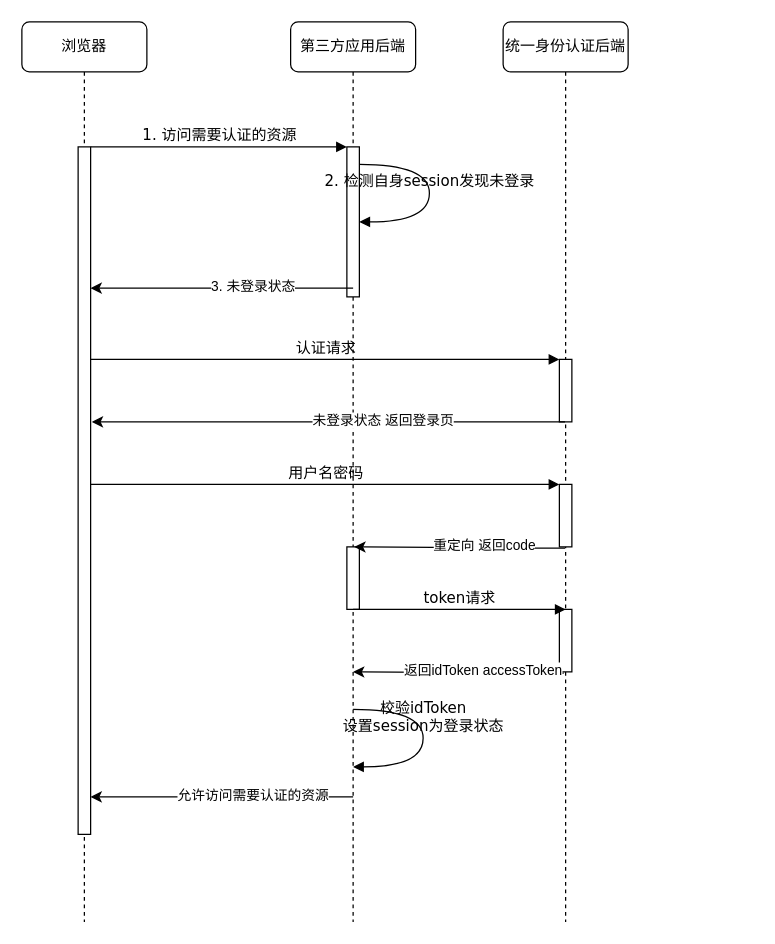
Above: 文档/接入时序图.drawio in rebue/scx (draw.io), before the change. Source tidied: cells renumbered, new cells numbered last; positions are measured from the earlier drawing's top-left corner, leaving out a move shared by most shapes. Both pictures are drawn from the tidied source at 125%, with x=0, y=0 at pixel (21, 21).
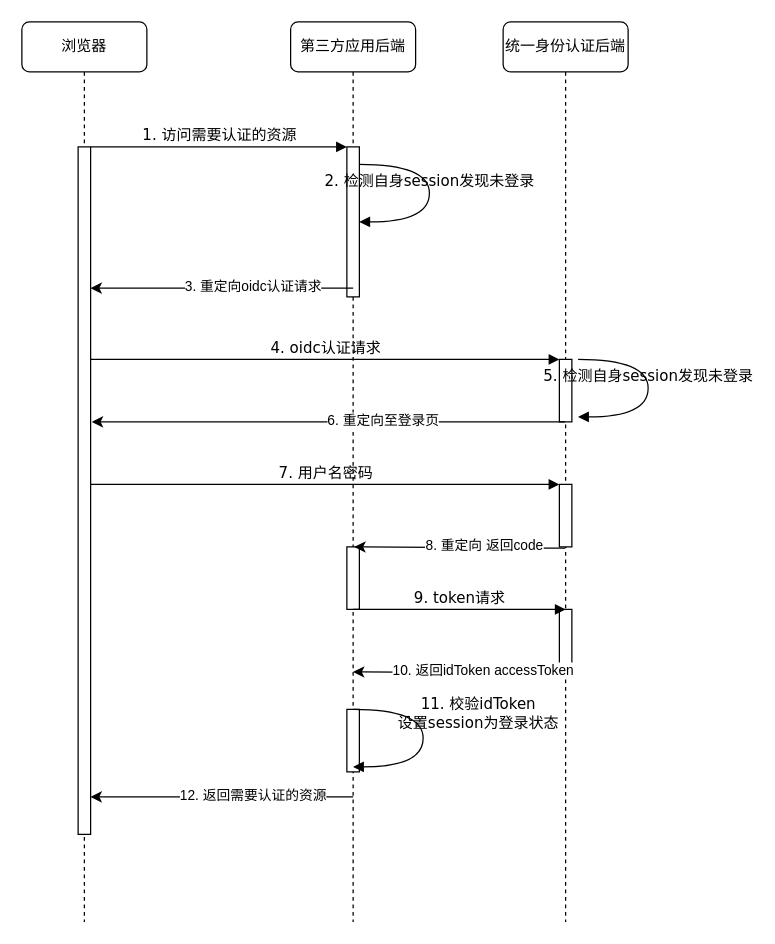
Above is the later version.

Unchanged cells that the change refers to:
```xml
<mxCell id="2" value="第三方应用后端" style="shape=umlLifeline;perimeter=lifelinePerimeter;whiteSpace=wrap;html=1;rounded=1;shadow=0;comic=0;labelBackgroundColor=none;strokeWidth=1;fontFamily=Verdana;fontSize=12;align=center;" parent="1" vertex="1">
  <mxGeometry x="215" width="100" height="720" as="geometry" />
</mxCell>
<mxCell id="7" style="html=1;points=[];perimeter=orthogonalPerimeter;rounded=0;shadow=0;comic=0;labelBackgroundColor=none;strokeWidth=1;fontFamily=Verdana;fontSize=12;align=center;" parent="6" vertex="1">
  <mxGeometry x="45" y="270" width="10" height="50" as="geometry" />
</mxCell>
<mxCell id="13" style="html=1;points=[];perimeter=orthogonalPerimeter;rounded=0;shadow=0;comic=0;labelBackgroundColor=none;strokeWidth=1;fontFamily=Verdana;fontSize=12;align=center;" parent="1" vertex="1">
  <mxGeometry x="45" y="100" width="10" height="550" as="geometry" />
</mxCell>
<mxCell id="14" style="endArrow=classic;html=1;exitX=0.5;exitY=0.942;exitDx=0;exitDy=0;exitPerimeter=0;" parent="1" edge="1" source="3">
  <mxGeometry relative="1" as="geometry">
    <mxPoint x="55" y="213" as="targetPoint" />
  </mxGeometry>
</mxCell>
<mxCell id="16" style="endArrow=classic;html=1;entryX=1.1;entryY=0.4;entryDx=0;entryDy=0;entryPerimeter=0;" parent="1" edge="1" source="6" target="13">
  <mxGeometry relative="1" as="geometry">
    <Array as="points">
      <mxPoint x="395" y="320" />
    </Array>
  </mxGeometry>
</mxCell>
<mxCell id="19" style="endArrow=classic;html=1;entryX=0.6;entryY=0;entryDx=0;entryDy=0;entryPerimeter=0;" parent="1" edge="1" target="5">
  <mxGeometry relative="1" as="geometry">
    <mxPoint x="434.5" y="420.9" as="sourcePoint" />
    <Array as="points">
      <mxPoint x="395" y="420.9" />
    </Array>
  </mxGeometry>
</mxCell>
<mxCell id="22" style="endArrow=classic;html=1;entryX=0.6;entryY=0;entryDx=0;entryDy=0;entryPerimeter=0;" parent="1" edge="1">
  <mxGeometry relative="1" as="geometry">
    <mxPoint x="433.5" y="520.9" as="sourcePoint" />
    <mxPoint x="265" y="520" as="targetPoint" />
    <Array as="points">
      <mxPoint x="394" y="520.9" />
    </Array>
  </mxGeometry>
</mxCell>
<mxCell id="25" style="endArrow=classic;html=1;exitX=0.5;exitY=0.942;exitDx=0;exitDy=0;exitPerimeter=0;" parent="1" edge="1">
  <mxGeometry relative="1" as="geometry">
    <mxPoint x="265" y="620" as="sourcePoint" />
    <mxPoint x="55" y="620" as="targetPoint" />
  </mxGeometry>
</mxCell>
```

The edit, as a diff of the source:
```diff
@@
+    <mxCell id="27" style="html=1;perimeter=orthogonalPerimeter;rounded=0;shadow=0;comic=0;labelBackgroundColor=none;strokeWidth=1;fontFamily=Verdana;fontSize=12;align=center;" parent="2" vertex="1">
+      <mxGeometry x="45" y="550" width="10" height="50" as="geometry" />
+    </mxCell>
@@
-    <mxCell id="11" value="认证请求" style="html=1;verticalAlign=bottom;endArrow=block;entryX=0;entryY=0;labelBackgroundColor=none;fontFamily=Verdana;fontSize=12;" parent="1" edge="1" source="13" target="7">
+    <mxCell id="11" value="4. oidc认证请求" style="html=1;verticalAlign=bottom;endArrow=block;entryX=0;entryY=0;labelBackgroundColor=none;fontFamily=Verdana;fontSize=12;" parent="1" edge="1" source="13" target="7">
       <mxGeometry relative="1" as="geometry">
         <Array as="points">
           <mxPoint x="95" y="270" />
         </Array>
       </mxGeometry>
     </mxCell>
@@
-    <mxCell id="15" value="3. 未登录状态" style="edgeLabel;html=1;align=center;verticalAlign=middle;" parent="14" vertex="1">
+    <mxCell id="15" value="3. 重定向oidc认证请求" style="edgeLabel;html=1;align=center;verticalAlign=middle;" parent="14" vertex="1">
       <mxGeometry x="-0.23" y="-2" relative="1" as="geometry" />
     </mxCell>
@@
-    <mxCell id="17" value="未登录状态 返回登录页" style="edgeLabel;html=1;align=center;verticalAlign=middle;" parent="16" vertex="1">
+    <mxCell id="17" value="6. 重定向至登录页" style="edgeLabel;html=1;align=center;verticalAlign=middle;" parent="16" vertex="1">
       <mxGeometry x="-0.23" y="-2" relative="1" as="geometry" />
     </mxCell>
-    <mxCell id="18" value="用户名密码" style="html=1;verticalAlign=bottom;endArrow=block;entryX=0;entryY=0;labelBackgroundColor=none;fontFamily=Verdana;fontSize=12;" parent="1" edge="1">
+    <mxCell id="18" value="7. 用户名密码" style="html=1;verticalAlign=bottom;endArrow=block;entryX=0;entryY=0;labelBackgroundColor=none;fontFamily=Verdana;fontSize=12;" parent="1" edge="1">
       <mxGeometry relative="1" as="geometry">
         <mxPoint x="55" y="370" as="sourcePoint" />
         <mxPoint x="430" y="370" as="targetPoint" />
         <Array as="points">
           <mxPoint x="95" y="370" />
         </Array>
       </mxGeometry>
     </mxCell>
@@
-    <mxCell id="20" value="重定向 返回code" style="edgeLabel;html=1;align=center;verticalAlign=middle;" parent="19" vertex="1">
+    <mxCell id="20" value="8. 重定向 返回code" style="edgeLabel;html=1;align=center;verticalAlign=middle;" parent="19" vertex="1">
       <mxGeometry x="-0.23" y="-2" relative="1" as="geometry" />
     </mxCell>
-    <mxCell id="21" value="token请求" style="html=1;verticalAlign=bottom;endArrow=block;labelBackgroundColor=none;fontFamily=Verdana;fontSize=12;edgeStyle=elbowEdgeStyle;elbow=vertical;" parent="1" edge="1">
+    <mxCell id="21" value="9. token请求" style="html=1;verticalAlign=bottom;endArrow=block;labelBackgroundColor=none;fontFamily=Verdana;fontSize=12;edgeStyle=elbowEdgeStyle;elbow=vertical;" parent="1" edge="1">
       <mxGeometry relative="1" as="geometry">
         <mxPoint x="265" y="470" as="sourcePoint" />
         <mxPoint x="435" y="470" as="targetPoint" />
       </mxGeometry>
     </mxCell>
@@
-    <mxCell id="23" value="返回idToken accessToken" style="edgeLabel;html=1;align=center;verticalAlign=middle;" parent="22" vertex="1">
+    <mxCell id="23" value="10. 返回idToken accessToken" style="edgeLabel;html=1;align=center;verticalAlign=middle;" parent="22" vertex="1">
       <mxGeometry x="-0.23" y="-2" relative="1" as="geometry" />
     </mxCell>
-    <mxCell id="24" value="校验idToken&lt;br&gt;设置session为登录状态" style="html=1;verticalAlign=bottom;endArrow=block;labelBackgroundColor=none;fontFamily=Verdana;fontSize=12;elbow=vertical;edgeStyle=orthogonalEdgeStyle;curved=1;" parent="1" edge="1">
-      <mxGeometry relative="1" as="geometry">
+    <mxCell id="24" value="11. 校验idToken&lt;br&gt;设置session为登录状态" style="html=1;verticalAlign=bottom;endArrow=block;labelBackgroundColor=none;fontFamily=Verdana;fontSize=12;elbow=vertical;edgeStyle=orthogonalEdgeStyle;curved=1;" parent="1" edge="1">
+      <mxGeometry x="-0.04" y="44" relative="1" as="geometry">
         <mxPoint x="265" y="550" as="sourcePoint" />
         <mxPoint x="265" y="596" as="targetPoint" />
         <Array as="points">
           <mxPoint x="265" y="550" />
           <mxPoint x="321" y="550" />
           <mxPoint x="321" y="596" />
         </Array>
       </mxGeometry>
     </mxCell>
@@
-    <mxCell id="26" value="允许访问需要认证的资源" style="edgeLabel;html=1;align=center;verticalAlign=middle;" parent="25" vertex="1">
+    <mxCell id="26" value="12. 返回需要认证的资源" style="edgeLabel;html=1;align=center;verticalAlign=middle;" parent="25" vertex="1">
       <mxGeometry x="-0.23" y="-2" relative="1" as="geometry" />
     </mxCell>
+    <mxCell id="28" value="5. 检测自身session发现未登录" style="html=1;verticalAlign=bottom;endArrow=block;labelBackgroundColor=none;fontFamily=Verdana;fontSize=12;elbow=vertical;edgeStyle=orthogonalEdgeStyle;curved=1;" parent="1" edge="1">
+      <mxGeometry relative="1" as="geometry">
+        <mxPoint x="445" y="270" as="sourcePoint" />
+        <mxPoint x="445" y="316" as="targetPoint" />
+        <Array as="points">
+          <mxPoint x="445" y="270" />
+          <mxPoint x="501" y="270" />
+          <mxPoint x="501" y="316" />
+        </Array>
+      </mxGeometry>
+    </mxCell>
```
